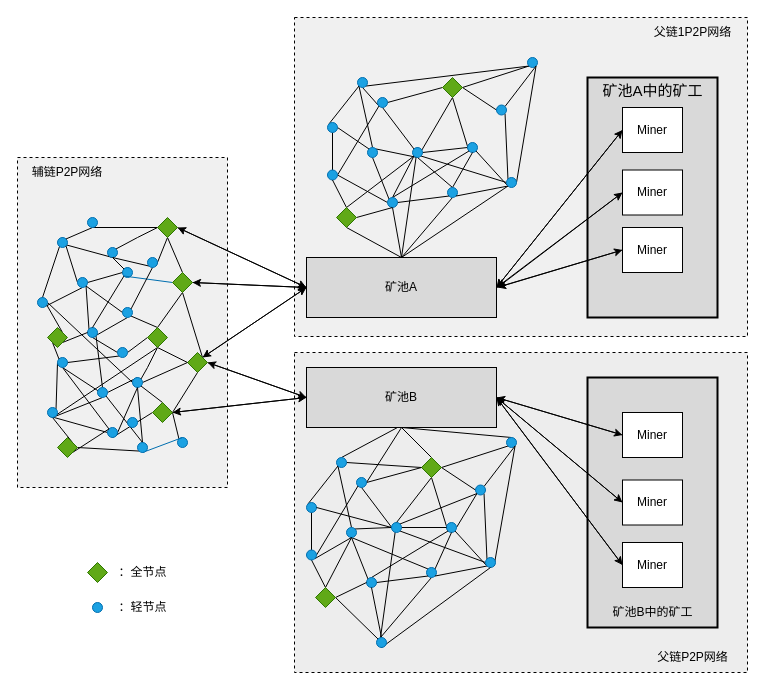
Earlier version of the draw.io diagram auxnet.drawio (weihanby/Hello_Fudan). Source tidied: cells renumbered, new cells numbered last; positions are measured from the earlier drawing's top-left corner, leaving out a move shared by most shapes. Both pictures are drawn from the tidied source at 100%, with x=0, y=0 at pixel (17, 17).
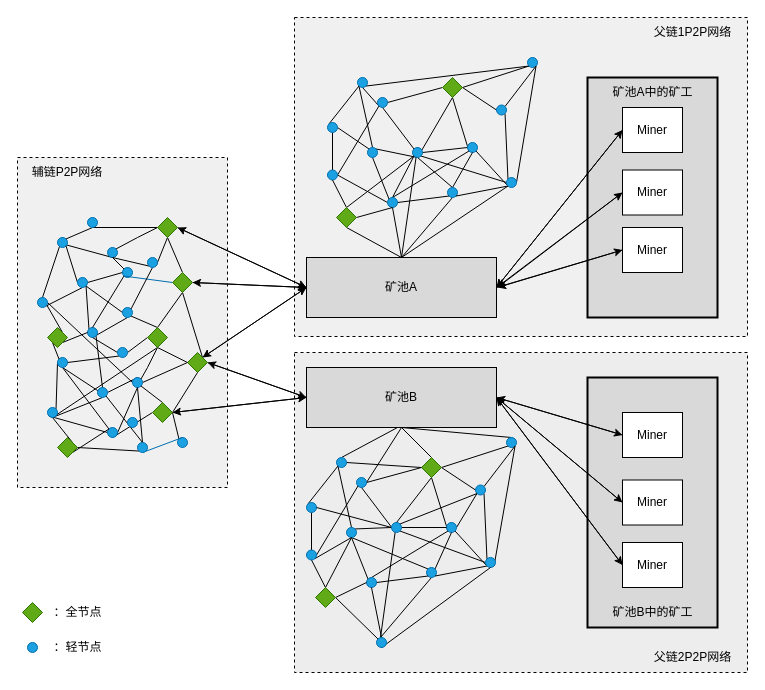
The same page after the edit.

The edit, as a diff of the source:
```diff
@@
-    <mxCell id="102" value="&lt;font style=&quot;font-size: 15px;&quot;&gt;矿池A中的矿工&lt;/font&gt;" style="text;html=1;align=center;verticalAlign=middle;strokeColor=none;fillColor=none;" parent="1" vertex="1">
-      <mxGeometry x="570" y="57.5" width="130" height="30" as="geometry" />
-    </mxCell>
@@
-    <mxCell id="112" value="父链P2P网络" style="text;html=1;align=center;verticalAlign=middle;strokeColor=none;fillColor=none;" parent="1" vertex="1">
+    <mxCell id="112" value="父链2P2P网络" style="text;html=1;align=center;verticalAlign=middle;strokeColor=none;fillColor=none;" parent="1" vertex="1">
       <mxGeometry x="620" y="625" width="110" height="30" as="geometry" />
     </mxCell>
     <mxCell id="113" style="rhombus;whiteSpace=wrap;html=1;fillColor=#60a917;fontColor=#ffffff;strokeColor=#2D7600;" parent="1" vertex="1">
-      <mxGeometry x="70" y="545" width="20" height="20" as="geometry" />
+      <mxGeometry x="5" y="585" width="20" height="20" as="geometry" />
     </mxCell>
     <mxCell id="114" style="ellipse;whiteSpace=wrap;html=1;fillColor=#1ba1e2;fontColor=#ffffff;strokeColor=#006EAF;" parent="1" vertex="1">
-      <mxGeometry x="75" y="585" width="10" height="10" as="geometry" />
+      <mxGeometry x="10" y="625" width="10" height="10" as="geometry" />
     </mxCell>
     <mxCell id="115" value="：全节点" style="text;html=1;align=center;verticalAlign=middle;strokeColor=none;fillColor=none;" parent="1" vertex="1">
-      <mxGeometry x="80" y="540" width="90" height="30" as="geometry" />
+      <mxGeometry x="15" y="580" width="90" height="30" as="geometry" />
     </mxCell>
     <mxCell id="116" value="：轻节点" style="text;html=1;align=center;verticalAlign=middle;strokeColor=none;fillColor=none;" parent="1" vertex="1">
-      <mxGeometry x="80" y="575" width="90" height="30" as="geometry" />
+      <mxGeometry x="15" y="615" width="90" height="30" as="geometry" />
     </mxCell>
@@
+    <mxCell id="102" value="矿池A中的矿工" style="text;html=1;align=center;verticalAlign=middle;strokeColor=none;fillColor=none;" parent="1" vertex="1">
+      <mxGeometry x="580" y="60" width="110" height="30" as="geometry" />
+    </mxCell>
```
